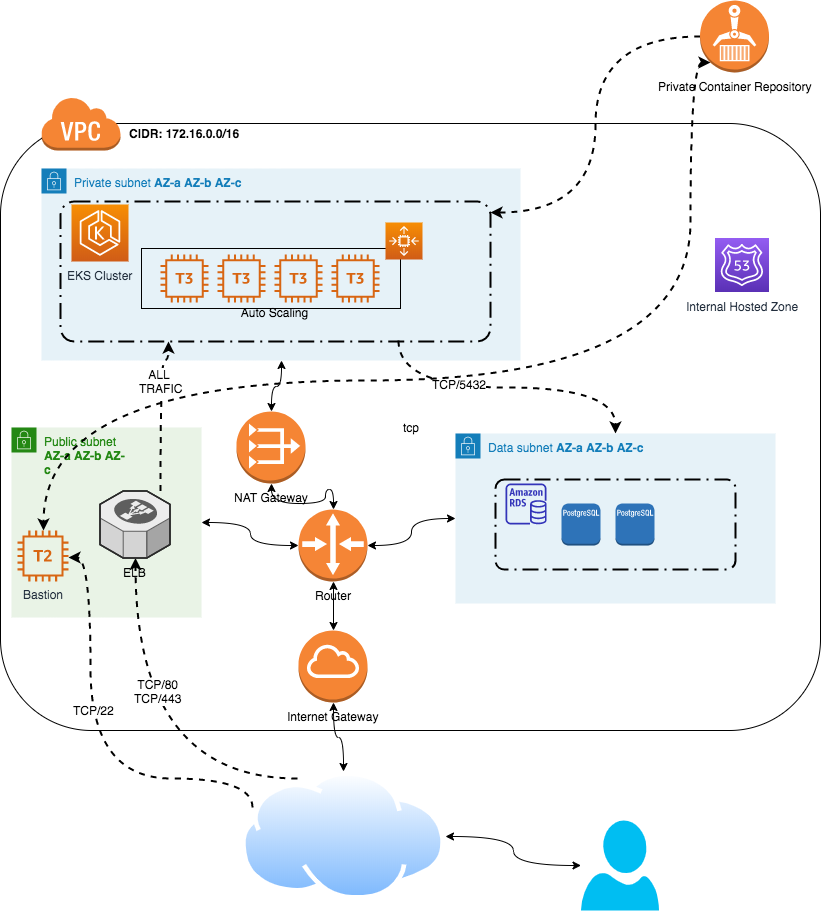
The draw.io diagram challenge-diagram.png in gealmei/_revolut-challenge, before a commit. Source tidied: cells renumbered, new cells last; positions are measured from the earlier drawing's top-left corner, leaving out a move shared by most shapes.
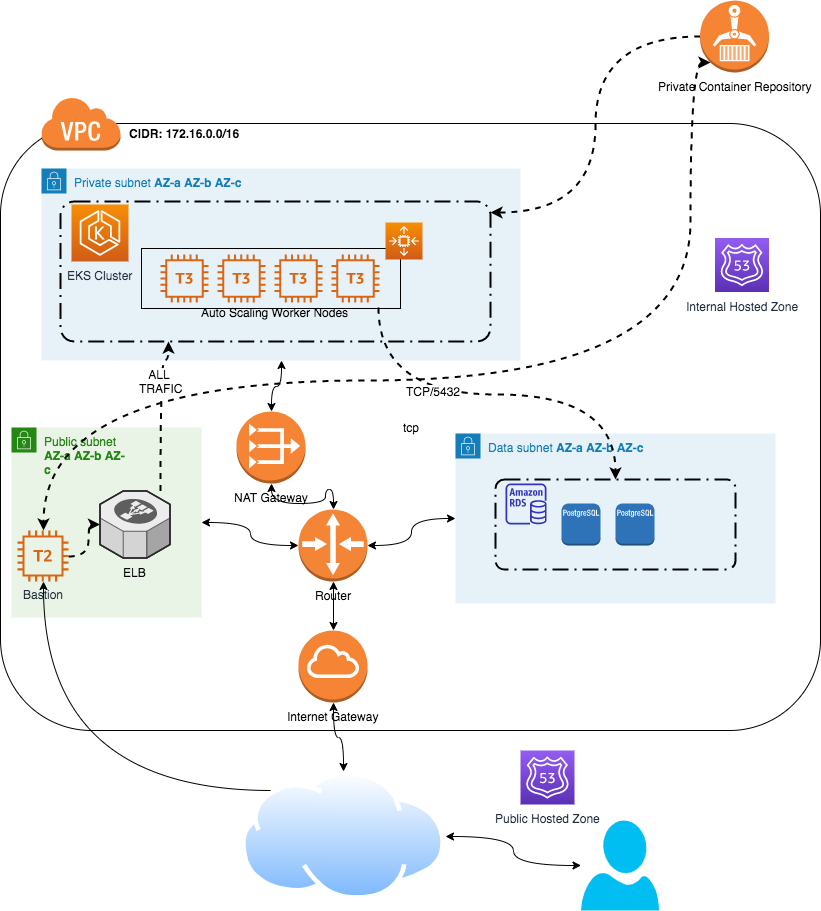
Later version of the same file.

What changed in the source:
```diff
@@ -11,13 +11,7 @@
     <mxCell id="4" value="tcp" style="rounded=1;whiteSpace=wrap;html=1;fillColor=none;" parent="1" vertex="1">
       <mxGeometry y="123" width="820" height="607" as="geometry" />
     </mxCell>
-    <mxCell id="5" style="edgeStyle=orthogonalEdgeStyle;curved=1;rounded=0;jettySize=auto;html=1;exitX=0.786;exitY=0.993;exitDx=0;exitDy=0;dashed=1;startArrow=none;startFill=0;strokeWidth=2;exitPerimeter=0;" parent="1" edge="1" source="7" target="8">
-      <mxGeometry relative="1" as="geometry" />
-    </mxCell>
-    <mxCell id="6" value="TCP/5432" style="text;html=1;align=center;verticalAlign=middle;labelBackgroundColor=#ffffff;" parent="5" vertex="1">
-      <mxGeometry x="-0.31" y="4" relative="1" as="geometry" />
-    </mxCell>
-    <mxCell id="7" value="&#10;&#10;&#10;&#10;&#10;&#10;Auto Scaling" style="rounded=1;arcSize=10;dashed=1;fillColor=none;gradientColor=none;dashPattern=8 3 1 3;strokeWidth=2;" parent="1" vertex="1">
+    <mxCell id="7" value="&#10;&#10;&#10;&#10;&#10;&#10;Auto Scaling Worker Nodes" style="rounded=1;arcSize=10;dashed=1;fillColor=none;gradientColor=none;dashPattern=8 3 1 3;strokeWidth=2;" parent="1" vertex="1">
       <mxGeometry x="60" y="201" width="430" height="140" as="geometry" />
     </mxCell>
     <mxCell id="8" value="Data&amp;nbsp;subnet&amp;nbsp;&lt;b&gt;AZ-a AZ-b AZ-c&lt;/b&gt;" style="points=[[0,0],[0.25,0],[0.5,0],[0.75,0],[1,0],[1,0.25],[1,0.5],[1,0.75],[1,1],[0.75,1],[0.5,1],[0.25,1],[0,1],[0,0.75],[0,0.5],[0,0.25]];outlineConnect=0;gradientColor=none;html=1;whiteSpace=wrap;fontSize=12;fontStyle=0;shape=mxgraph.aws4.group;grIcon=mxgraph.aws4.group_security_group;grStroke=0;strokeColor=#147EBA;fillColor=#E6F2F8;verticalAlign=top;align=left;spacingLeft=30;fontColor=#147EBA;dashed=0;" parent="1" vertex="1">
@@ -78,6 +72,9 @@
     <mxCell id="24" value="Internal Hosted Zone" style="fontColor=#232F3E;gradientColor=#945DF2;gradientDirection=north;fillColor=#5A30B5;strokeColor=#ffffff;dashed=0;verticalLabelPosition=bottom;verticalAlign=top;align=center;html=1;fontSize=12;fontStyle=0;shape=mxgraph.aws4.resourceIcon;resIcon=mxgraph.aws4.route_53;" parent="1" vertex="1">
       <mxGeometry x="714.5" y="237.5" width="54" height="54" as="geometry" />
     </mxCell>
+    <mxCell id="46" style="edgeStyle=orthogonalEdgeStyle;rounded=0;jettySize=auto;html=1;curved=1;dashed=1;strokeWidth=2;" parent="1" edge="1" source="25" target="42">
+      <mxGeometry relative="1" as="geometry" />
+    </mxCell>
     <mxCell id="25" value="Bastion" style="outlineConnect=0;fontColor=#232F3E;gradientColor=none;fillColor=#D86613;strokeColor=none;dashed=0;verticalLabelPosition=bottom;verticalAlign=top;align=center;html=1;fontSize=12;fontStyle=0;shape=mxgraph.aws4.t2_instance;" parent="1" vertex="1">
       <mxGeometry x="17" y="530" width="51" height="51" as="geometry" />
     </mxCell>
@@ -105,24 +102,9 @@
     <mxCell id="33" style="fontColor=#232F3E;gradientColor=none;fillColor=#3334B9;strokeColor=none;dashed=0;verticalLabelPosition=bottom;verticalAlign=top;align=center;html=1;fontSize=12;fontStyle=0;shape=mxgraph.aws4.rds_instance;" parent="1" vertex="1">
       <mxGeometry x="505" y="483" width="41" height="41" as="geometry" />
     </mxCell>
-    <mxCell id="34" style="edgeStyle=orthogonalEdgeStyle;rounded=0;jettySize=auto;html=1;exitX=0;exitY=0.25;exitDx=0;exitDy=0;curved=1;dashed=1;strokeWidth=2;" parent="1" edge="1" source="38" target="25">
-      <mxGeometry relative="1" as="geometry">
-        <Array as="points">
-          <mxPoint x="252" y="778" />
-          <mxPoint x="90" y="778" />
-          <mxPoint x="90" y="557" />
-        </Array>
-      </mxGeometry>
+    <mxCell id="34" style="edgeStyle=orthogonalEdgeStyle;curved=1;rounded=0;jettySize=auto;html=1;exitX=0;exitY=0;exitDx=0;exitDy=0;" parent="1" edge="1" source="38" target="25">
+      <mxGeometry relative="1" as="geometry" />
     </mxCell>
-    <mxCell id="35" value="TCP/22" style="text;html=1;align=center;verticalAlign=middle;labelBackgroundColor=#ffffff;" parent="34" vertex="1">
-      <mxGeometry x="0.2" y="-3" relative="1" as="geometry" />
-    </mxCell>
-    <mxCell id="36" style="edgeStyle=orthogonalEdgeStyle;curved=1;rounded=0;jettySize=auto;html=1;exitX=0.25;exitY=0;exitDx=0;exitDy=0;dashed=1;strokeWidth=2;" parent="1" edge="1" source="38" target="42">
-      <mxGeometry relative="1" as="geometry" />
-    </mxCell>
-    <mxCell id="37" value="TCP/80&lt;br&gt;TCP/443" style="text;html=1;align=center;verticalAlign=middle;labelBackgroundColor=#ffffff;" parent="36" vertex="1">
-      <mxGeometry x="0.31" y="-22" relative="1" as="geometry" />
-    </mxCell>
     <mxCell id="38" style="perimeter=ellipsePerimeter;html=1;align=center;shadow=0;dashed=0;spacingTop=3;image;image=img/lib/active_directory/internet_cloud.svg;fillColor=none;" parent="1" vertex="1">
       <mxGeometry x="241" y="771" width="204" height="129" as="geometry" />
     </mxCell>
@@ -152,5 +134,14 @@
     <mxCell id="45" value="Private Container Repository" style="outlineConnect=0;dashed=0;verticalLabelPosition=bottom;verticalAlign=top;align=center;html=1;shape=mxgraph.aws3.ecr;fillColor=#F58534;gradientColor=none;" parent="1" vertex="1">
       <mxGeometry x="699.5" width="69" height="72" as="geometry" />
     </mxCell>
+    <mxCell id="47" value="Public Hosted Zone" style="fontColor=#232F3E;gradientColor=#945DF2;gradientDirection=north;fillColor=#5A30B5;strokeColor=#ffffff;dashed=0;verticalLabelPosition=bottom;verticalAlign=top;align=center;html=1;fontSize=12;fontStyle=0;shape=mxgraph.aws4.resourceIcon;resIcon=mxgraph.aws4.route_53;" parent="1" vertex="1">
+      <mxGeometry x="520" y="750" width="54" height="54" as="geometry" />
+    </mxCell>
+    <mxCell id="5" style="edgeStyle=orthogonalEdgeStyle;curved=1;rounded=0;jettySize=auto;html=1;exitX=0.915;exitY=0.983;exitDx=0;exitDy=0;dashed=1;startArrow=none;startFill=0;strokeWidth=2;exitPerimeter=0;entryX=0.5;entryY=0;entryDx=0;entryDy=0;" parent="1" edge="1" source="30" target="9">
+      <mxGeometry relative="1" as="geometry" />
+    </mxCell>
+    <mxCell id="6" value="TCP/5432" style="text;html=1;align=center;verticalAlign=middle;labelBackgroundColor=#ffffff;" parent="5" vertex="1">
+      <mxGeometry x="-0.31" y="4" relative="1" as="geometry" />
+    </mxCell>
   </root>
 </mxGraphModel>
```
